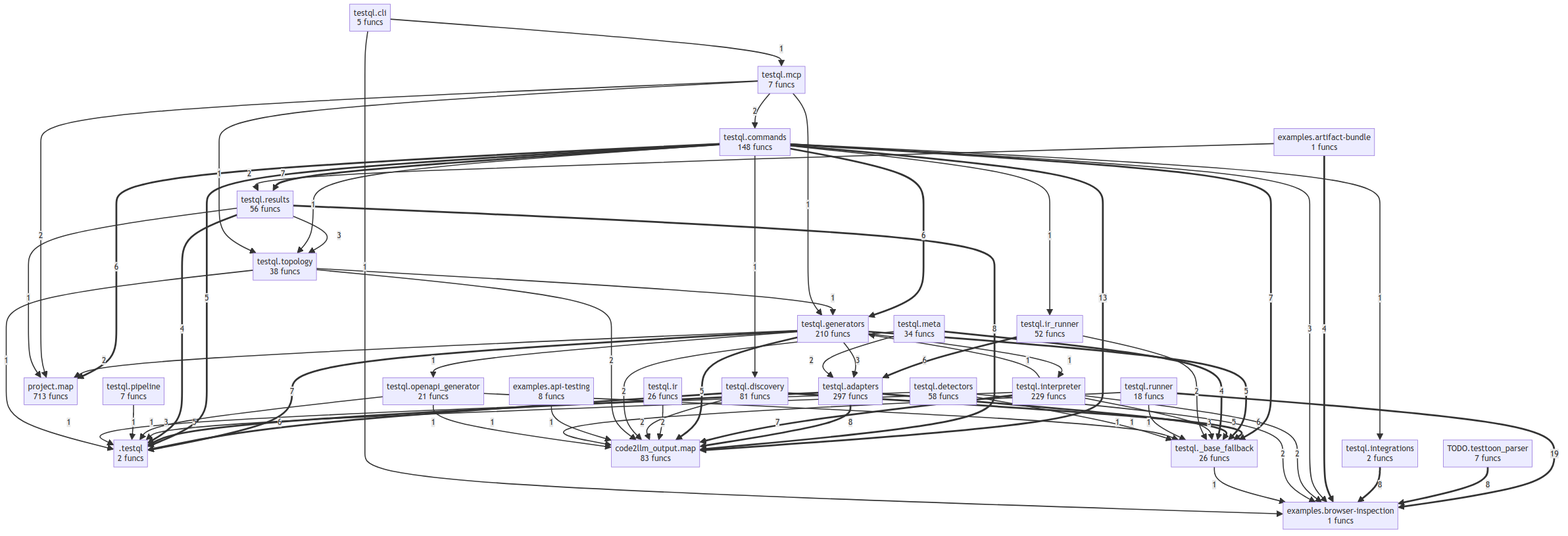
Earlier version of the Mermaid export project/compact_flow.png (oqlos/testql). Its source is kept beside it as project/compact_flow.mmd.
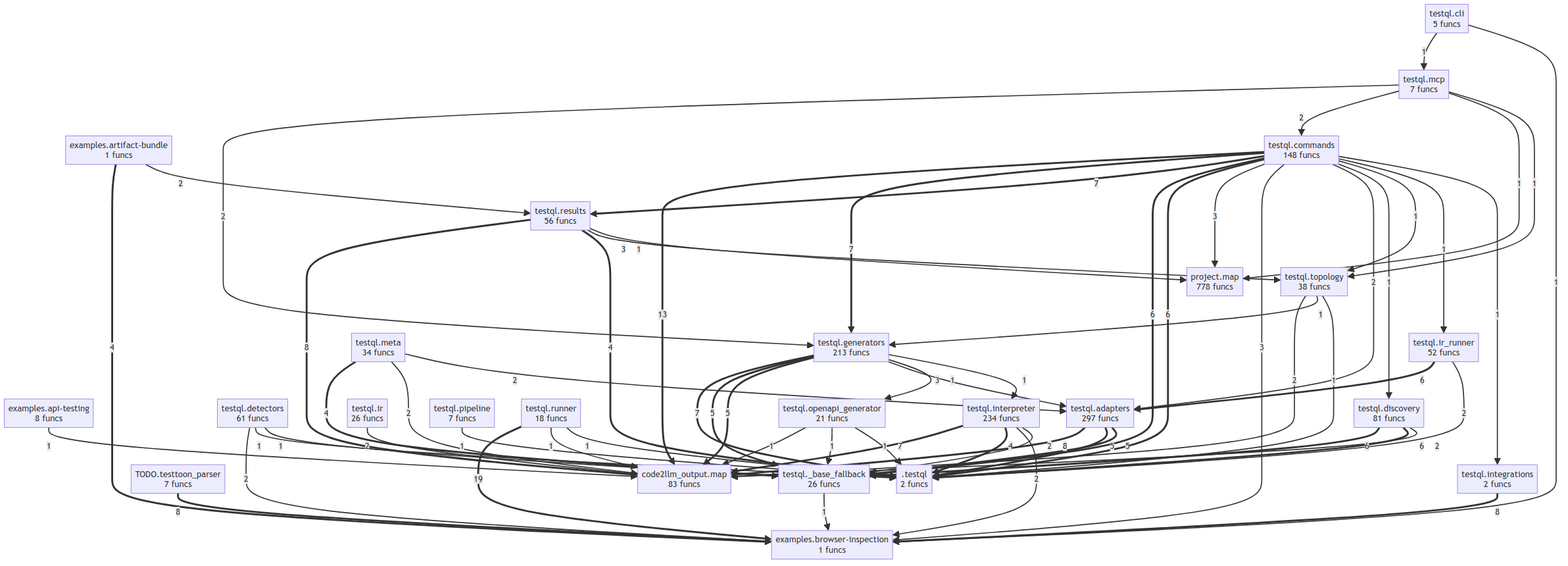
Above is the later version.

Change to the diagram source:
```diff
@@ -5,16 +5,16 @@
     examples__api_testing["examples.api-testing<br/>8 funcs"]
     examples__artifact_bundle["examples.artifact-bundle<br/>1 funcs"]
     examples__browser_inspection["examples.browser-inspection<br/>1 funcs"]
-    project__map["project.map<br/>713 funcs"]
+    project__map["project.map<br/>778 funcs"]
     testql___base_fallback["testql._base_fallback<br/>26 funcs"]
     testql__adapters["testql.adapters<br/>297 funcs"]
     testql__cli["testql.cli<br/>5 funcs"]
     testql__commands["testql.commands<br/>148 funcs"]
-    testql__detectors["testql.detectors<br/>58 funcs"]
+    testql__detectors["testql.detectors<br/>61 funcs"]
     testql__discovery["testql.discovery<br/>81 funcs"]
-    testql__generators["testql.generators<br/>210 funcs"]
+    testql__generators["testql.generators<br/>213 funcs"]
     testql__integrations["testql.integrations<br/>2 funcs"]
-    testql__interpreter["testql.interpreter<br/>229 funcs"]
+    testql__interpreter["testql.interpreter<br/>234 funcs"]
     testql__ir["testql.ir<br/>26 funcs"]
     testql__ir_runner["testql.ir_runner<br/>52 funcs"]
     testql__mcp["testql.mcp<br/>7 funcs"]
@@ -30,43 +30,45 @@
     testql__results ==>|8| code2llm_output__map
     testql__adapters ==>|8| code2llm_output__map
     testql__integrations ==>|8| examples__browser_inspection
-    testql__commands ==>|7| testql___base_fallback
+    testql__commands ==>|7| testql__generators
     testql__commands ==>|7| testql__results
     testql__interpreter ==>|7| code2llm_output__map
     testql__generators ==>|7| M___testql
-    testql__commands ==>|6| project__map
-    testql__commands ==>|6| testql__generators
+    testql__commands ==>|6| testql___base_fallback
+    testql__commands ==>|6| M___testql
     testql__discovery ==>|6| testql___base_fallback
     testql__discovery ==>|6| M___testql
     testql__ir_runner ==>|6| testql__adapters
-    testql__commands ==>|5| M___testql
     testql__generators ==>|5| testql___base_fallback
     testql__generators ==>|5| code2llm_output__map
     testql__adapters ==>|5| M___testql
     testql__adapters ==>|5| testql___base_fallback
     examples__artifact_bundle ==>|4| examples__browser_inspection
+    testql__interpreter ==>|4| M___testql
     testql__results ==>|4| M___testql
     testql__meta ==>|4| testql___base_fallback
+    testql__commands -->|3| project__map
     testql__commands -->|3| examples__browser_inspection
-    testql__interpreter -->|3| testql___base_fallback
-    testql__interpreter -->|3| M___testql
     testql__results -->|3| testql__topology
     testql__generators -->|3| testql__adapters
     examples__artifact_bundle -->|2| testql__results
+    testql__commands -->|2| testql__adapters
     testql__interpreter -->|2| examples__browser_inspection
+    testql__interpreter -->|2| testql___base_fallback
     testql__ir -->|2| code2llm_output__map
     testql__discovery -->|2| code2llm_output__map
-    testql__generators -->|2| project__map
+    testql__mcp -->|2| testql__generators
+    testql__mcp -->|2| testql__commands
     testql__meta -->|2| code2llm_output__map
     testql__meta -->|2| testql__adapters
     testql__detectors -->|2| examples__browser_inspection
-    testql__ir_runner -->|2| testql___base_fallback
+    testql__ir_runner -->|2| M___testql
     testql__topology -->|2| code2llm_output__map
-    testql__mcp -->|2| project__map
-    testql__mcp -->|2| testql__commands
     examples__api_testing -->|1| code2llm_output__map
+    testql__cli -->|1| testql__mcp
+    testql__cli -->|1| examples__browser_inspection
     testql__runner -->|1| code2llm_output__map
-    testql__runner -->|1| testql___base_fallback
+    testql__runner -->|1| M___testql
     testql__openapi_generator -->|1| code2llm_output__map
     testql__openapi_generator -->|1| testql___base_fallback
     testql__openapi_generator -->|1| M___testql
@@ -75,16 +77,13 @@
     testql__commands -->|1| testql__discovery
     testql__commands -->|1| testql__topology
     testql__commands -->|1| testql__ir_runner
+    testql__commands -->|1| testql__integrations
     testql__results -->|1| project__map
     testql__generators -->|1| testql__openapi_generator
     testql__generators -->|1| testql__interpreter
+    testql__mcp -->|1| project__map
+    testql__mcp -->|1| testql__topology
     testql__detectors -->|1| M___testql
     testql__detectors -->|1| testql___base_fallback
     testql__topology -->|1| testql__generators
     testql__topology -->|1| M___testql
-    testql__commands -->|1| testql__integrations
-    testql__mcp -->|1| testql__generators
-    testql__mcp -->|1| testql__topology
-    testql__cli -->|1| testql__mcp
-    testql__cli -->|1| examples__browser_inspection
-    testql__interpreter -->|1| testql__generators
```
